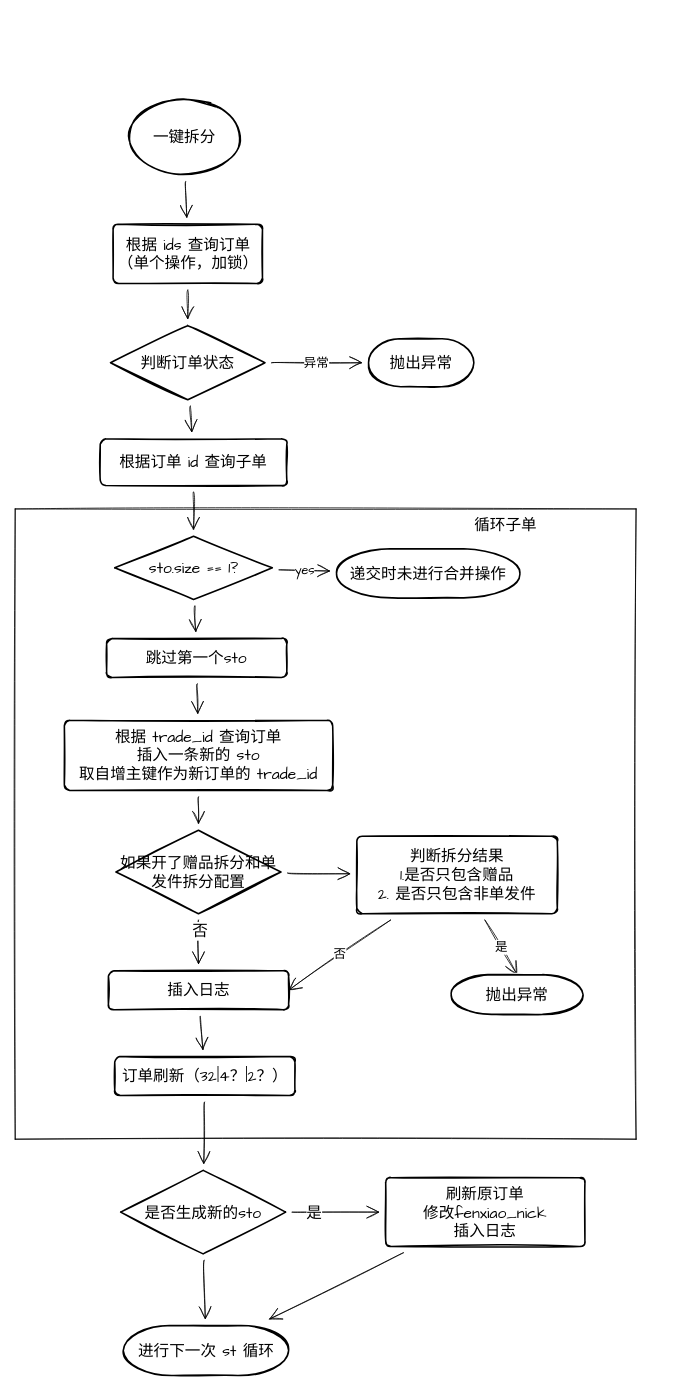
Before: 一键拆分.drawio in letmesayok/MdPic, a draw.io diagram. Source tidied: cells renumbered, new cells numbered last; positions are measured from the earlier drawing's top-left corner, leaving out a move shared by most shapes. Both pictures are drawn from the tidied source at 78%, with x=0, y=0 at pixel (15, 98).
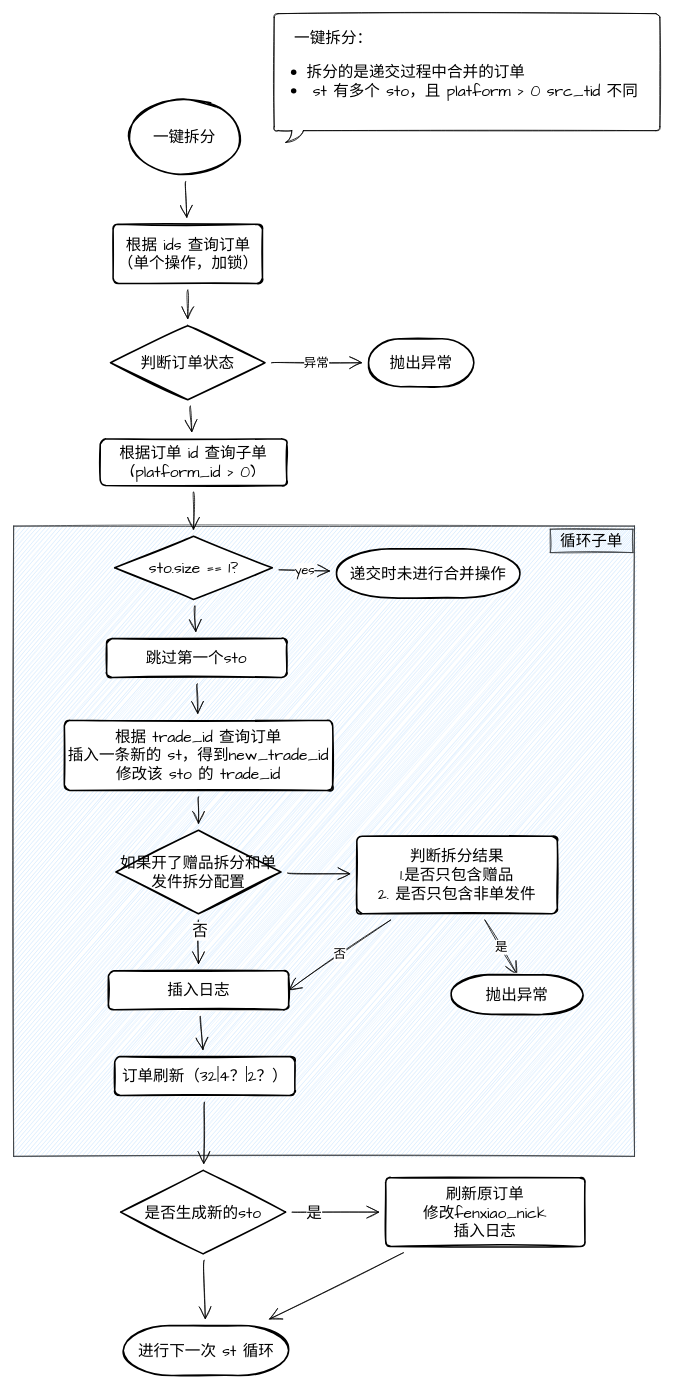
Above is the later version.

Commit message:
更新一键拆分.drawio

Change to the diagram source:
```diff
@@
-    <mxCell id="2" style="whiteSpace=wrap;html=1;sketch=1;hachureGap=4;fontFamily=Architects Daughter;fontSize=20;" parent="1" vertex="1">
-      <mxGeometry y="526" width="796" height="808" as="geometry" />
+    <mxCell id="2" style="whiteSpace=wrap;html=1;sketch=1;hachureGap=4;fontFamily=Architects Daughter;fontSize=20;fillColor=#cce5ff;strokeColor=#36393d;" parent="1" vertex="1">
+      <mxGeometry x="-2" y="548" width="796" height="808" as="geometry" />
     </mxCell>
@@
-    <mxCell id="12" value="根据订单 id 查询子单" style="rounded=1;whiteSpace=wrap;html=1;absoluteArcSize=1;arcSize=14;strokeWidth=2;sketch=1;hachureGap=4;fontFamily=Architects Daughter;fontSize=20;" parent="1" vertex="1">
+    <mxCell id="12" value="根据订单 id 查询子单&lt;br&gt;(platform_id &amp;gt; 0)" style="rounded=1;whiteSpace=wrap;html=1;absoluteArcSize=1;arcSize=14;strokeWidth=2;sketch=1;hachureGap=4;fontFamily=Architects Daughter;fontSize=20;" parent="1" vertex="1">
       <mxGeometry x="109" y="436" width="239.2" height="60" as="geometry" />
     </mxCell>
-    <mxCell id="13" value="循环子单" style="text;html=1;strokeColor=none;fillColor=none;align=center;verticalAlign=middle;whiteSpace=wrap;rounded=0;sketch=1;hachureGap=4;fontFamily=Architects Daughter;fontSize=20;" parent="1" vertex="1">
-      <mxGeometry x="576" y="531" width="106" height="30" as="geometry" />
+    <mxCell id="13" value="循环子单" style="text;html=1;strokeColor=#36393d;fillColor=#cce5ff;align=center;verticalAlign=middle;whiteSpace=wrap;rounded=0;sketch=1;hachureGap=4;fontFamily=Architects Daughter;fontSize=20;" parent="1" vertex="1">
+      <mxGeometry x="686" y="552" width="106" height="30" as="geometry" />
     </mxCell>
@@
-    <mxCell id="21" value="根据 trade_id 查询订单&lt;br&gt;插入一条新的 sto&lt;br&gt;取自增主键作为新订单的 trade_id" style="rounded=1;whiteSpace=wrap;html=1;absoluteArcSize=1;arcSize=14;strokeWidth=2;sketch=1;hachureGap=4;fontFamily=Architects Daughter;fontSize=20;" parent="1" vertex="1">
+    <mxCell id="21" value="根据 trade_id 查询订单&lt;br&gt;插入一条新的 st，得到new_trade_id&lt;br&gt;修改该 sto 的 trade_id" style="rounded=1;whiteSpace=wrap;html=1;absoluteArcSize=1;arcSize=14;strokeWidth=2;sketch=1;hachureGap=4;fontFamily=Architects Daughter;fontSize=20;" parent="1" vertex="1">
       <mxGeometry x="63" y="797" width="344" height="90" as="geometry" />
     </mxCell>
@@
+    <mxCell id="41" value="&amp;nbsp; &amp;nbsp;一键拆分：&lt;br&gt;&lt;ul&gt;&lt;li&gt;拆分的是递交过程中合并的订单&lt;/li&gt;&lt;li&gt;&amp;nbsp;st 有多个 sto，且 platform &amp;gt; 0 src_tid 不同&lt;/li&gt;&lt;/ul&gt;" style="whiteSpace=wrap;html=1;shape=mxgraph.basic.roundRectCallout;dx=30;dy=15;size=5;boundedLbl=1;rounded=1;shadow=0;sketch=1;hachureGap=4;fontFamily=Architects Daughter;fontSize=20;align=left;" parent="1" vertex="1">
+      <mxGeometry x="332" y="-109" width="494.5" height="165" as="geometry" />
+    </mxCell>
```
